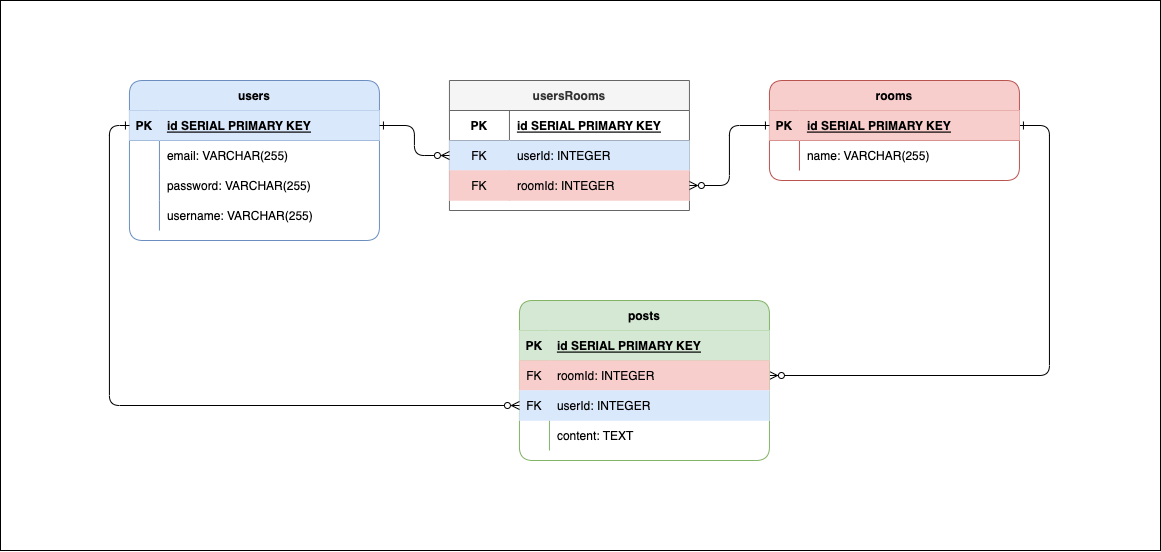
Above: ERD.png in philjang/chat (draw.io), before the change. Source tidied: cells renumbered, new cells last; positions are measured from the earlier drawing's top-left corner, leaving out a move shared by most shapes. Its diagram source:
```xml
<mxGraphModel>
  <root>
    <mxCell id="0" />
    <mxCell id="1" value="background" parent="0" />
    <mxCell id="2" style="rounded=0;whiteSpace=wrap;html=1;" parent="1" vertex="1">
      <mxGeometry width="1160" height="550" as="geometry" />
    </mxCell>
    <mxCell id="3" value="ERD" parent="0" />
    <mxCell id="4" style="edgeStyle=entityRelationEdgeStyle;endArrow=ERzeroToMany;startArrow=ERone;endFill=1;startFill=0;" parent="3" edge="1" source="6" target="16">
      <mxGeometry relative="1" as="geometry" />
    </mxCell>
    <mxCell id="5" value="rooms" style="shape=table;startSize=30;rowLines=0;fontStyle=1;align=center;rounded=1;fillColor=#f8cecc;strokeColor=#b85450;" parent="3" vertex="1">
      <mxGeometry x="768.9" y="80" width="250" height="100" as="geometry" />
    </mxCell>
    <mxCell id="6" style="shape=partialRectangle;fillColor=#f8cecc;points=[[0,0.5],[1,0.5]];portConstraint=eastwest;top=0;left=0;right=0;bottom=1;strokeColor=#b85450;" parent="5" vertex="1">
      <mxGeometry y="30" width="250" height="30" as="geometry" />
    </mxCell>
    <mxCell id="7" value="PK" style="shape=partialRectangle;overflow=hidden;fillColor=#f8cecc;top=0;left=0;bottom=0;right=0;fontStyle=1;strokeColor=#b85450;" parent="6" vertex="1">
      <mxGeometry width="30" height="30" as="geometry" />
    </mxCell>
    <mxCell id="8" value="id SERIAL PRIMARY KEY" style="shape=partialRectangle;overflow=hidden;fillColor=#f8cecc;top=0;left=0;bottom=0;right=0;align=left;spacingLeft=6;fontStyle=5;strokeColor=#b85450;" parent="6" vertex="1">
      <mxGeometry x="30" width="220" height="30" as="geometry" />
    </mxCell>
    <mxCell id="9" style="shape=partialRectangle;fillColor=none;top=0;left=0;right=0;bottom=0;" parent="5" vertex="1">
      <mxGeometry y="60" width="250" height="30" as="geometry" />
    </mxCell>
    <mxCell id="10" style="shape=partialRectangle;overflow=hidden;fillColor=none;top=0;left=0;bottom=0;right=0;" parent="9" vertex="1">
      <mxGeometry width="30" height="30" as="geometry" />
    </mxCell>
    <mxCell id="11" value="name: VARCHAR(255)" style="shape=partialRectangle;overflow=hidden;fillColor=none;top=0;left=0;bottom=0;right=0;align=left;spacingLeft=6;" parent="9" vertex="1">
      <mxGeometry x="30" width="220" height="30" as="geometry" />
    </mxCell>
    <mxCell id="12" value="posts" style="shape=table;startSize=30;rowLines=0;fontStyle=1;align=center;rounded=1;fillColor=#d5e8d4;strokeColor=#82b366;" parent="3" vertex="1">
      <mxGeometry x="518.9" y="300" width="250" height="160" as="geometry" />
    </mxCell>
    <mxCell id="13" style="shape=partialRectangle;fillColor=#d5e8d4;top=0;left=0;right=0;bottom=1;strokeColor=#82b366;" parent="12" vertex="1">
      <mxGeometry y="30" width="250" height="30" as="geometry" />
    </mxCell>
    <mxCell id="14" value="PK" style="shape=partialRectangle;overflow=hidden;fillColor=#d5e8d4;top=0;left=0;bottom=0;right=0;fontStyle=1;strokeColor=#82b366;" parent="13" vertex="1">
      <mxGeometry width="30" height="30" as="geometry" />
    </mxCell>
    <mxCell id="15" value="id SERIAL PRIMARY KEY" style="shape=partialRectangle;overflow=hidden;fillColor=#d5e8d4;top=0;left=0;bottom=0;right=0;align=left;spacingLeft=6;fontStyle=5;strokeColor=#82b366;" parent="13" vertex="1">
      <mxGeometry x="30" width="220" height="30" as="geometry" />
    </mxCell>
    <mxCell id="16" style="shape=partialRectangle;fillColor=#f8cecc;points=[[0,0.5],[1,0.5]];portConstraint=eastwest;top=0;left=0;right=0;bottom=0;strokeColor=#b85450;" parent="12" vertex="1">
      <mxGeometry y="60" width="250" height="30" as="geometry" />
    </mxCell>
    <mxCell id="17" value="FK" style="shape=partialRectangle;overflow=hidden;fillColor=#f8cecc;top=0;left=0;bottom=0;right=0;strokeColor=#b85450;" parent="16" vertex="1">
      <mxGeometry width="30" height="30" as="geometry" />
    </mxCell>
    <mxCell id="18" value="roomId: INTEGER" style="shape=partialRectangle;overflow=hidden;fillColor=#f8cecc;top=0;left=0;bottom=0;right=0;align=left;spacingLeft=6;strokeColor=#b85450;" parent="16" vertex="1">
      <mxGeometry x="30" width="220" height="30" as="geometry" />
    </mxCell>
    <mxCell id="19" style="shape=tableRow;horizontal=0;startSize=0;swimlaneHead=0;swimlaneBody=0;fillColor=#dae8fc;points=[[0,0.5],[1,0.5]];portConstraint=eastwest;top=0;left=0;right=0;bottom=0;strokeColor=#6c8ebf;" parent="12" vertex="1">
      <mxGeometry y="90" width="250" height="30" as="geometry" />
    </mxCell>
    <mxCell id="20" value="FK" style="shape=partialRectangle;fillColor=#dae8fc;top=0;left=0;bottom=0;right=0;fontStyle=0;overflow=hidden;strokeColor=#6c8ebf;" parent="19" vertex="1">
      <mxGeometry width="30" height="30" as="geometry" />
    </mxCell>
    <mxCell id="21" value="userId: INTEGER" style="shape=partialRectangle;fillColor=#dae8fc;top=0;left=0;bottom=0;right=0;align=left;spacingLeft=6;fontStyle=0;overflow=hidden;strokeColor=#6c8ebf;" parent="19" vertex="1">
      <mxGeometry x="30" width="220" height="30" as="geometry" />
    </mxCell>
    <mxCell id="22" style="shape=partialRectangle;fillColor=none;top=0;left=0;right=0;bottom=0;" parent="12" vertex="1">
      <mxGeometry y="120" width="250" height="30" as="geometry" />
    </mxCell>
    <mxCell id="23" style="shape=partialRectangle;overflow=hidden;fillColor=none;top=0;left=0;bottom=0;right=0;" parent="22" vertex="1">
      <mxGeometry width="30" height="30" as="geometry" />
    </mxCell>
    <mxCell id="24" value="content: TEXT" style="shape=partialRectangle;overflow=hidden;fillColor=none;top=0;left=0;bottom=0;right=0;align=left;spacingLeft=6;" parent="22" vertex="1">
      <mxGeometry x="30" width="220" height="30" as="geometry" />
    </mxCell>
    <mxCell id="25" value="users" style="shape=table;startSize=30;rowLines=0;fontStyle=1;align=center;rounded=1;fillColor=#dae8fc;strokeColor=#6c8ebf;" parent="3" vertex="1">
      <mxGeometry x="128.9" y="80" width="250" height="160" as="geometry" />
    </mxCell>
    <mxCell id="26" style="shape=partialRectangle;fillColor=#dae8fc;points=[[0,0.5],[1,0.5]];portConstraint=eastwest;top=0;left=0;right=0;bottom=1;strokeColor=#6c8ebf;" parent="25" vertex="1">
      <mxGeometry y="30" width="250" height="30" as="geometry" />
    </mxCell>
    <mxCell id="27" value="PK" style="shape=partialRectangle;overflow=hidden;fillColor=#dae8fc;top=0;left=0;bottom=0;right=0;fontStyle=1;strokeColor=#6c8ebf;" parent="26" vertex="1">
      <mxGeometry width="30" height="30" as="geometry" />
    </mxCell>
    <mxCell id="28" value="id SERIAL PRIMARY KEY" style="shape=partialRectangle;overflow=hidden;fillColor=#dae8fc;top=0;left=0;bottom=0;right=0;align=left;spacingLeft=6;fontStyle=5;strokeColor=#6c8ebf;" parent="26" vertex="1">
      <mxGeometry x="30" width="220" height="30" as="geometry" />
    </mxCell>
    <mxCell id="29" style="shape=tableRow;horizontal=0;startSize=0;swimlaneHead=0;swimlaneBody=0;fillColor=none;top=0;left=0;right=0;bottom=0;" parent="25" vertex="1">
      <mxGeometry y="60" width="250" height="30" as="geometry" />
    </mxCell>
    <mxCell id="30" style="shape=partialRectangle;fillColor=none;top=0;left=0;bottom=0;right=0;overflow=hidden;" parent="29" vertex="1">
      <mxGeometry width="30" height="30" as="geometry" />
    </mxCell>
    <mxCell id="31" value="email: VARCHAR(255)" style="shape=partialRectangle;fillColor=none;top=0;left=0;bottom=0;right=0;align=left;spacingLeft=6;overflow=hidden;" parent="29" vertex="1">
      <mxGeometry x="30" width="220" height="30" as="geometry" />
    </mxCell>
    <mxCell id="32" style="shape=tableRow;horizontal=0;startSize=0;swimlaneHead=0;swimlaneBody=0;fillColor=none;top=0;left=0;right=0;bottom=0;" parent="25" vertex="1">
      <mxGeometry y="90" width="250" height="30" as="geometry" />
    </mxCell>
    <mxCell id="33" style="shape=partialRectangle;fillColor=none;top=0;left=0;bottom=0;right=0;overflow=hidden;" parent="32" vertex="1">
      <mxGeometry width="30" height="30" as="geometry" />
    </mxCell>
    <mxCell id="34" value="password: VARCHAR(255)" style="shape=partialRectangle;fillColor=none;top=0;left=0;bottom=0;right=0;align=left;spacingLeft=6;overflow=hidden;" parent="32" vertex="1">
      <mxGeometry x="30" width="220" height="30" as="geometry" />
    </mxCell>
    <mxCell id="35" style="shape=partialRectangle;top=0;left=0;right=0;bottom=0;fillColor=none;" parent="25" vertex="1">
      <mxGeometry y="120" width="250" height="30" as="geometry" />
    </mxCell>
    <mxCell id="36" style="shape=partialRectangle;overflow=hidden;top=0;left=0;bottom=0;right=0;fillColor=none;" parent="35" vertex="1">
      <mxGeometry width="30" height="30" as="geometry" />
    </mxCell>
    <mxCell id="37" value="username: VARCHAR(255)" style="shape=partialRectangle;overflow=hidden;top=0;left=0;bottom=0;right=0;align=left;spacingLeft=6;fillColor=none;" parent="35" vertex="1">
      <mxGeometry x="30" width="220" height="30" as="geometry" />
    </mxCell>
    <mxCell id="38" style="edgeStyle=orthogonalEdgeStyle;rounded=1;jettySize=auto;html=1;exitX=0;exitY=0.5;exitDx=0;exitDy=0;entryX=0;entryY=0.5;entryDx=0;entryDy=0;startArrow=ERone;startFill=0;endArrow=ERzeroToMany;endFill=0;" parent="3" edge="1" source="26" target="19">
      <mxGeometry relative="1" as="geometry" />
    </mxCell>
    <mxCell id="39" value="usersRooms" style="shape=table;startSize=30;rowLines=0;fontStyle=1;align=center;fillColor=#f5f5f5;fontColor=#333333;strokeColor=#666666;" parent="3" vertex="1">
      <mxGeometry x="448.9" y="80" width="240" height="130" as="geometry" />
    </mxCell>
    <mxCell id="40" style="shape=tableRow;horizontal=0;startSize=0;swimlaneHead=0;swimlaneBody=0;fillColor=none;top=0;left=0;right=0;bottom=1;" parent="39" vertex="1">
      <mxGeometry y="30" width="240" height="30" as="geometry" />
    </mxCell>
    <mxCell id="41" value="PK" style="shape=partialRectangle;fillColor=none;top=0;left=0;bottom=0;right=0;fontStyle=1;overflow=hidden;" parent="40" vertex="1">
      <mxGeometry width="60" height="30" as="geometry" />
    </mxCell>
    <mxCell id="42" value="id SERIAL PRIMARY KEY" style="shape=partialRectangle;fillColor=none;top=0;left=0;bottom=0;right=0;align=left;spacingLeft=6;fontStyle=5;overflow=hidden;" parent="40" vertex="1">
      <mxGeometry x="60" width="180" height="30" as="geometry" />
    </mxCell>
    <mxCell id="43" style="shape=tableRow;horizontal=0;startSize=0;swimlaneHead=0;swimlaneBody=0;fillColor=#dae8fc;points=[[0,0.5],[1,0.5]];portConstraint=eastwest;top=0;left=0;right=0;bottom=0;strokeColor=#6c8ebf;" parent="39" vertex="1">
      <mxGeometry y="60" width="240" height="30" as="geometry" />
    </mxCell>
    <mxCell id="44" value="FK" style="shape=partialRectangle;fillColor=#dae8fc;top=0;left=0;bottom=0;right=0;fontStyle=0;overflow=hidden;strokeColor=#6c8ebf;" parent="43" vertex="1">
      <mxGeometry width="60" height="30" as="geometry" />
    </mxCell>
    <mxCell id="45" value="userId: INTEGER" style="shape=partialRectangle;fillColor=#dae8fc;top=0;left=0;bottom=0;right=0;align=left;spacingLeft=6;fontStyle=0;overflow=hidden;strokeColor=#6c8ebf;" parent="43" vertex="1">
      <mxGeometry x="60" width="180" height="30" as="geometry" />
    </mxCell>
    <mxCell id="46" style="shape=tableRow;horizontal=0;startSize=0;swimlaneHead=0;swimlaneBody=0;fillColor=#f8cecc;points=[[0,0.5],[1,0.5]];portConstraint=eastwest;top=0;left=0;right=0;bottom=0;strokeColor=#b85450;" parent="39" vertex="1">
      <mxGeometry y="90" width="240" height="30" as="geometry" />
    </mxCell>
    <mxCell id="47" value="FK" style="shape=partialRectangle;fillColor=#f8cecc;top=0;left=0;bottom=0;right=0;fontStyle=0;overflow=hidden;strokeColor=#b85450;" parent="46" vertex="1">
      <mxGeometry width="60" height="30" as="geometry" />
    </mxCell>
    <mxCell id="48" value="roomId: INTEGER" style="shape=partialRectangle;fillColor=#f8cecc;top=0;left=0;bottom=0;right=0;align=left;spacingLeft=6;fontStyle=0;overflow=hidden;strokeColor=#b85450;" parent="46" vertex="1">
      <mxGeometry x="60" width="180" height="30" as="geometry" />
    </mxCell>
    <mxCell id="49" style="edgeStyle=orthogonalEdgeStyle;rounded=1;jettySize=auto;html=1;exitX=1;exitY=0.5;exitDx=0;exitDy=0;entryX=0;entryY=0.5;entryDx=0;entryDy=0;startArrow=ERone;startFill=0;endArrow=ERzeroToMany;endFill=0;" parent="3" edge="1" source="26" target="43">
      <mxGeometry relative="1" as="geometry" />
    </mxCell>
    <mxCell id="50" style="edgeStyle=orthogonalEdgeStyle;jettySize=auto;html=1;exitX=0;exitY=0.5;exitDx=0;exitDy=0;entryX=1;entryY=0.5;entryDx=0;entryDy=0;startArrow=ERone;startFill=0;endArrow=ERzeroToMany;endFill=0;rounded=1;" parent="3" edge="1" source="6" target="46">
      <mxGeometry relative="1" as="geometry" />
    </mxCell>
  </root>
</mxGraphModel>
```
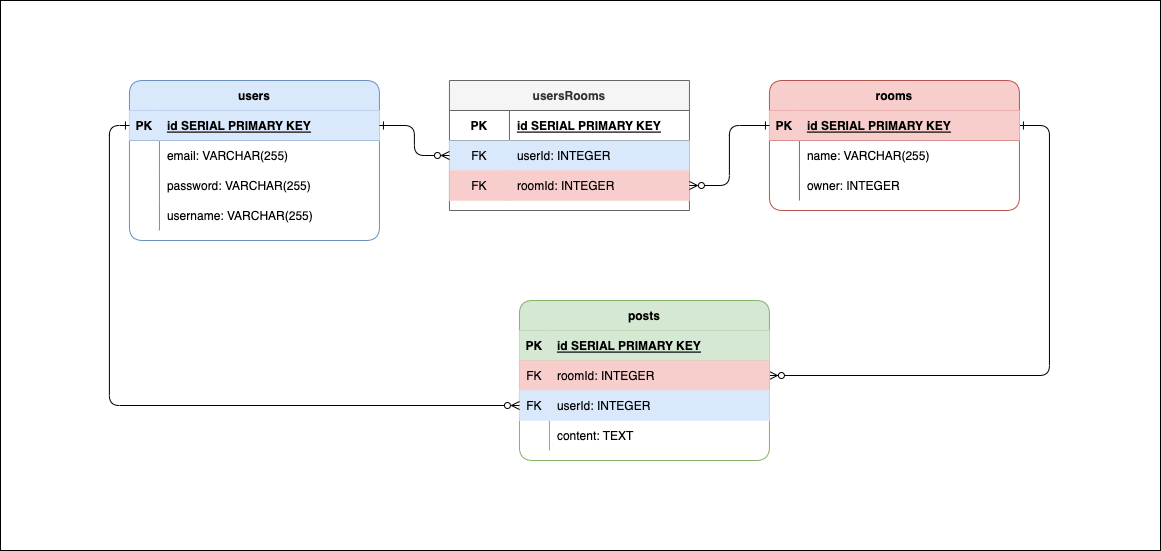
The same file after the commit.

Change to the diagram source:
```diff
@@ -10,7 +10,7 @@
       <mxGeometry relative="1" as="geometry" />
     </mxCell>
     <mxCell id="5" value="rooms" style="shape=table;startSize=30;rowLines=0;fontStyle=1;align=center;rounded=1;fillColor=#f8cecc;strokeColor=#b85450;" parent="3" vertex="1">
-      <mxGeometry x="768.9" y="80" width="250" height="100" as="geometry" />
+      <mxGeometry x="768.9" y="80" width="250" height="130" as="geometry" />
     </mxCell>
     <mxCell id="6" style="shape=partialRectangle;fillColor=#f8cecc;points=[[0,0.5],[1,0.5]];portConstraint=eastwest;top=0;left=0;right=0;bottom=1;strokeColor=#b85450;" parent="5" vertex="1">
       <mxGeometry y="30" width="250" height="30" as="geometry" />
@@ -30,6 +30,15 @@
     <mxCell id="11" value="name: VARCHAR(255)" style="shape=partialRectangle;overflow=hidden;fillColor=none;top=0;left=0;bottom=0;right=0;align=left;spacingLeft=6;" parent="9" vertex="1">
       <mxGeometry x="30" width="220" height="30" as="geometry" />
     </mxCell>
+    <mxCell id="51" style="shape=tableRow;horizontal=0;startSize=0;swimlaneHead=0;swimlaneBody=0;fillColor=none;top=0;left=0;right=0;bottom=0;" parent="5" vertex="1">
+      <mxGeometry y="90" width="250" height="30" as="geometry" />
+    </mxCell>
+    <mxCell id="52" style="shape=partialRectangle;fillColor=none;top=0;left=0;bottom=0;right=0;overflow=hidden;" parent="51" vertex="1">
+      <mxGeometry width="30" height="30" as="geometry" />
+    </mxCell>
+    <mxCell id="53" value="owner: INTEGER" style="shape=partialRectangle;fillColor=none;top=0;left=0;bottom=0;right=0;align=left;spacingLeft=6;overflow=hidden;" parent="51" vertex="1">
+      <mxGeometry x="30" width="220" height="30" as="geometry" />
+    </mxCell>
     <mxCell id="12" value="posts" style="shape=table;startSize=30;rowLines=0;fontStyle=1;align=center;rounded=1;fillColor=#d5e8d4;strokeColor=#82b366;" parent="3" vertex="1">
       <mxGeometry x="518.9" y="300" width="250" height="160" as="geometry" />
     </mxCell>
```
